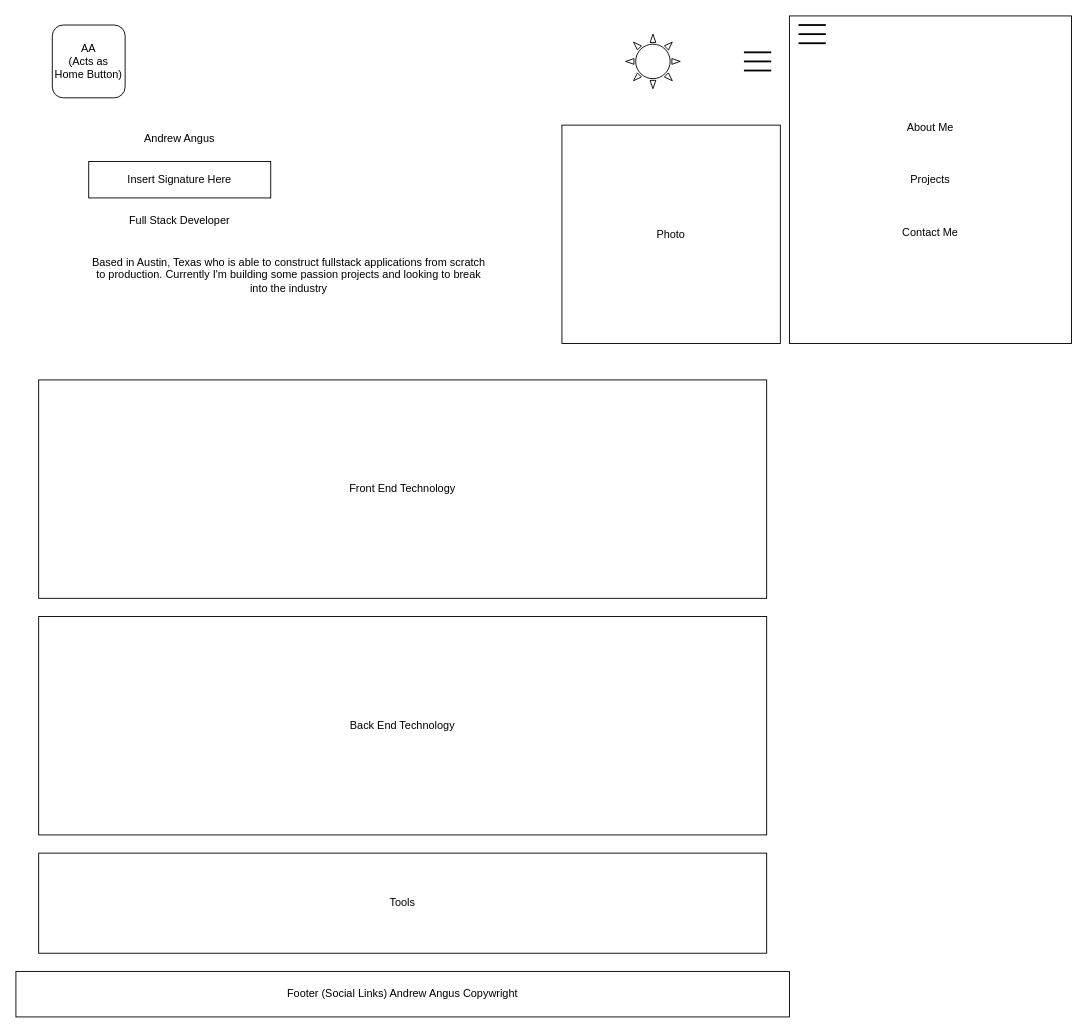
Earlier version of the draw.io diagram page "Main Page" (1 of 4) of Portfolio.drawio (aangus98/Portfoliov2). Source tidied: cells renumbered, new cells numbered last; positions are measured from the earlier drawing's top-left corner, leaving out a move shared by most shapes. Both pictures are drawn from the tidied source at 91%, with x=0, y=0 at pixel (15, 15).
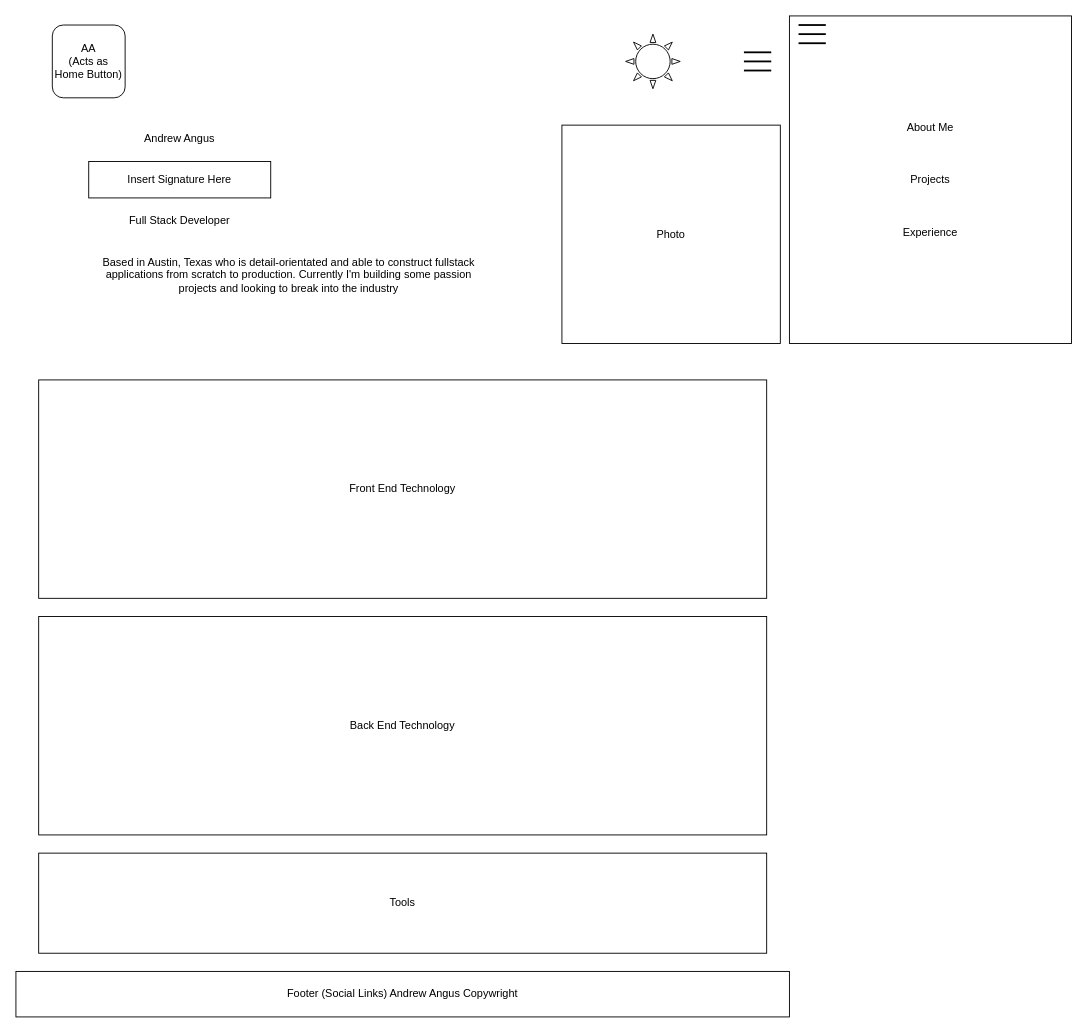
Above is the later version.

Change to the diagram source:
```diff
@@
 <mxGraphModel>
   <root>
     <mxCell id="0" />
     <mxCell id="1" parent="0" />
     <mxCell id="2" value="AA&lt;div&gt;(Acts as Home Button)&lt;/div&gt;" style="whiteSpace=wrap;html=1;perimeterSpacing=0;rounded=1;" parent="1" vertex="1">
       <mxGeometry x="40" y="10" width="80" height="80" as="geometry" />
     </mxCell>
     <mxCell id="3" style="verticalLabelPosition=bottom;verticalAlign=top;html=1;shape=mxgraph.basic.sun;" parent="1" vertex="1">
       <mxGeometry x="670" y="20" width="60" height="60" as="geometry" />
     </mxCell>
     <mxCell id="4" style="line;strokeWidth=2;html=1;" parent="1" vertex="1">
       <mxGeometry x="800" y="35" width="30" height="10" as="geometry" />
     </mxCell>
     <mxCell id="5" style="line;strokeWidth=2;html=1;" parent="1" vertex="1">
       <mxGeometry x="800" y="45" width="30" height="10" as="geometry" />
     </mxCell>
     <mxCell id="6" style="line;strokeWidth=2;html=1;" parent="1" vertex="1">
       <mxGeometry x="800" y="55" width="30" height="10" as="geometry" />
     </mxCell>
     <mxCell id="7" value="Andrew Angus" style="text;html=1;align=center;verticalAlign=middle;whiteSpace=wrap;rounded=0;" parent="1" vertex="1">
       <mxGeometry x="40" y="120" width="280" height="30" as="geometry" />
     </mxCell>
     <mxCell id="8" value="Insert Signature Here" style="rounded=0;whiteSpace=wrap;html=1;" parent="1" vertex="1">
       <mxGeometry x="80" y="160" width="200" height="40" as="geometry" />
     </mxCell>
     <mxCell id="9" value="Full Stack Developer" style="text;html=1;align=center;verticalAlign=middle;whiteSpace=wrap;rounded=0;" parent="1" vertex="1">
       <mxGeometry x="80" y="210" width="200" height="30" as="geometry" />
     </mxCell>
-    <mxCell id="10" value="Based in Austin, Texas who is able to construct fullstack applications from scratch to production. Currently I'm building some passion projects and looking to break into the industry" style="text;html=1;align=center;verticalAlign=middle;whiteSpace=wrap;rounded=0;" parent="1" vertex="1">
+    <mxCell id="10" value="Based in Austin, Texas who is detail-orientated and able to construct fullstack applications from scratch to production. Currently I'm building some passion projects and looking to break into the industry" style="text;html=1;align=center;verticalAlign=middle;whiteSpace=wrap;rounded=0;" parent="1" vertex="1">
       <mxGeometry x="80" y="250" width="440" height="70" as="geometry" />
     </mxCell>
     <mxCell id="11" value="Photo" style="rounded=0;whiteSpace=wrap;html=1;" parent="1" vertex="1">
       <mxGeometry x="600" y="120" width="240" height="240" as="geometry" />
     </mxCell>
     <mxCell id="12" value="Front End Technology" style="rounded=0;whiteSpace=wrap;html=1;" parent="1" vertex="1">
       <mxGeometry x="25" y="400" width="800" height="240" as="geometry" />
     </mxCell>
     <mxCell id="13" value="Tools" style="rounded=0;whiteSpace=wrap;html=1;" parent="1" vertex="1">
       <mxGeometry x="25" y="920" width="800" height="110" as="geometry" />
     </mxCell>
     <mxCell id="14" value="Back End Technology" style="rounded=0;whiteSpace=wrap;html=1;" parent="1" vertex="1">
       <mxGeometry x="25" y="660" width="800" height="240" as="geometry" />
     </mxCell>
     <mxCell id="15" value="Footer (Social Links) Andrew Angus Copywright" style="rounded=0;whiteSpace=wrap;html=1;" parent="1" vertex="1">
       <mxGeometry y="1050" width="850" height="50" as="geometry" />
     </mxCell>
-    <mxCell id="16" value="About Me&lt;br&gt;&lt;br&gt;&lt;br&gt;&lt;br&gt;&lt;div&gt;Projects&lt;/div&gt;&lt;div&gt;&lt;br&gt;&lt;/div&gt;&lt;div&gt;&lt;br&gt;&lt;/div&gt;&lt;div&gt;&lt;br&gt;&lt;/div&gt;&lt;div&gt;Contact Me&lt;/div&gt;" style="rounded=0;whiteSpace=wrap;html=1;spacingTop=0;spacingBottom=0;" parent="1" vertex="1">
+    <mxCell id="16" value="About Me&lt;br&gt;&lt;br&gt;&lt;br&gt;&lt;br&gt;&lt;div&gt;Projects&lt;/div&gt;&lt;div&gt;&lt;br&gt;&lt;/div&gt;&lt;div&gt;&lt;br&gt;&lt;/div&gt;&lt;div&gt;&lt;br&gt;&lt;/div&gt;&lt;div&gt;Experience&lt;/div&gt;" style="rounded=0;whiteSpace=wrap;html=1;spacingTop=0;spacingBottom=0;" parent="1" vertex="1">
       <mxGeometry x="850" width="310" height="360" as="geometry" />
     </mxCell>
     <mxCell id="17" style="line;strokeWidth=2;html=1;" parent="1" vertex="1">
       <mxGeometry x="860" y="5" width="30" height="10" as="geometry" />
     </mxCell>
     <mxCell id="18" style="line;strokeWidth=2;html=1;" parent="1" vertex="1">
       <mxGeometry x="860" y="15" width="30" height="10" as="geometry" />
     </mxCell>
     <mxCell id="19" style="line;strokeWidth=2;html=1;" parent="1" vertex="1">
       <mxGeometry x="860" y="25" width="30" height="10" as="geometry" />
     </mxCell>
   </root>
 </mxGraphModel>
```
